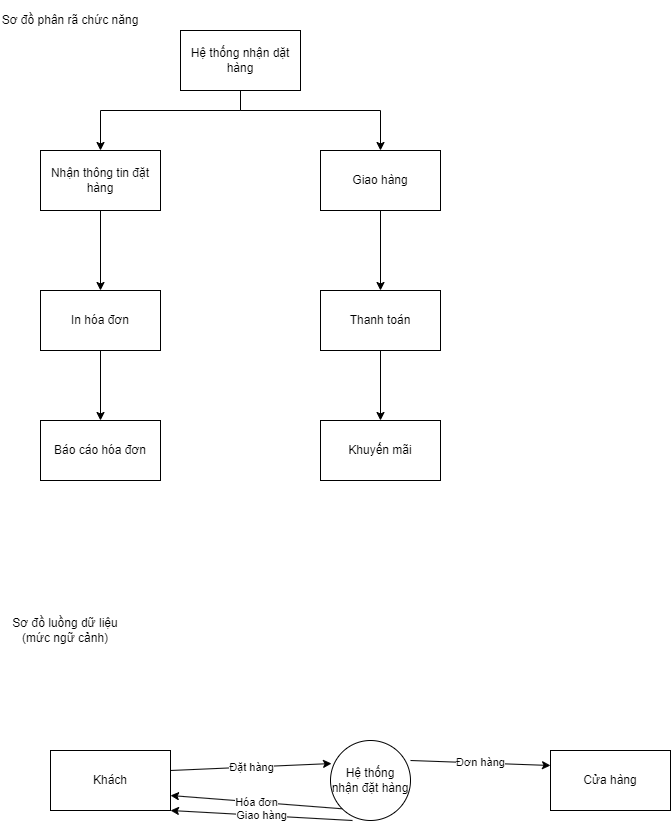
This is DFD3.png from InfiniteByte1811/branch1, a draw.io export, as it was before one commit. Source tidied: cells renumbered, new cells last; positions are measured from the earlier drawing's top-left corner, leaving out a move shared by most shapes.
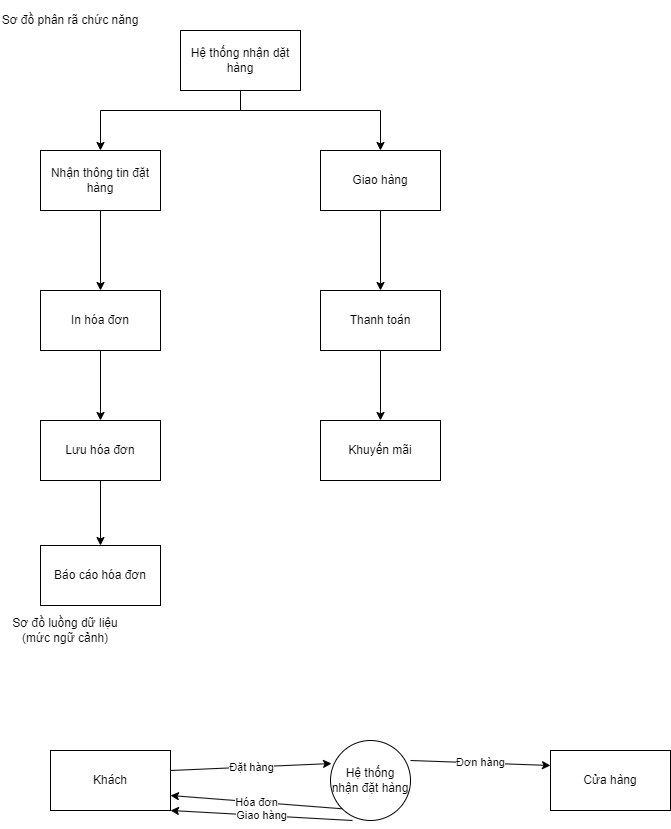
After the commit.

Commit message:
Cập nhật DFD3.png

Diff of the diagram source:
```diff
@@ -82,8 +82,14 @@
     <mxCell id="22" value="Khuyến mãi" style="rounded=0;whiteSpace=wrap;html=1;" parent="1" vertex="1">
       <mxGeometry x="320" y="420" width="120" height="60" as="geometry" />
     </mxCell>
+    <mxCell id="24" style="edgeStyle=orthogonalEdgeStyle;rounded=0;jettySize=auto;html=1;entryX=0.5;entryY=0;entryDx=0;entryDy=0;" parent="1" edge="1" source="23" target="25">
+      <mxGeometry relative="1" as="geometry" />
+    </mxCell>
-    <mxCell id="23" value="Báo cáo hóa đơn" style="rounded=0;whiteSpace=wrap;html=1;" parent="1" vertex="1">
+    <mxCell id="23" value="Lưu hóa đơn" style="rounded=0;whiteSpace=wrap;html=1;" parent="1" vertex="1">
       <mxGeometry x="40" y="420" width="120" height="60" as="geometry" />
     </mxCell>
+    <mxCell id="25" value="Báo cáo hóa đơn" style="rounded=0;whiteSpace=wrap;html=1;" parent="1" vertex="1">
+      <mxGeometry x="40" y="545" width="120" height="60" as="geometry" />
+    </mxCell>
   </root>
 </mxGraphModel>
```
